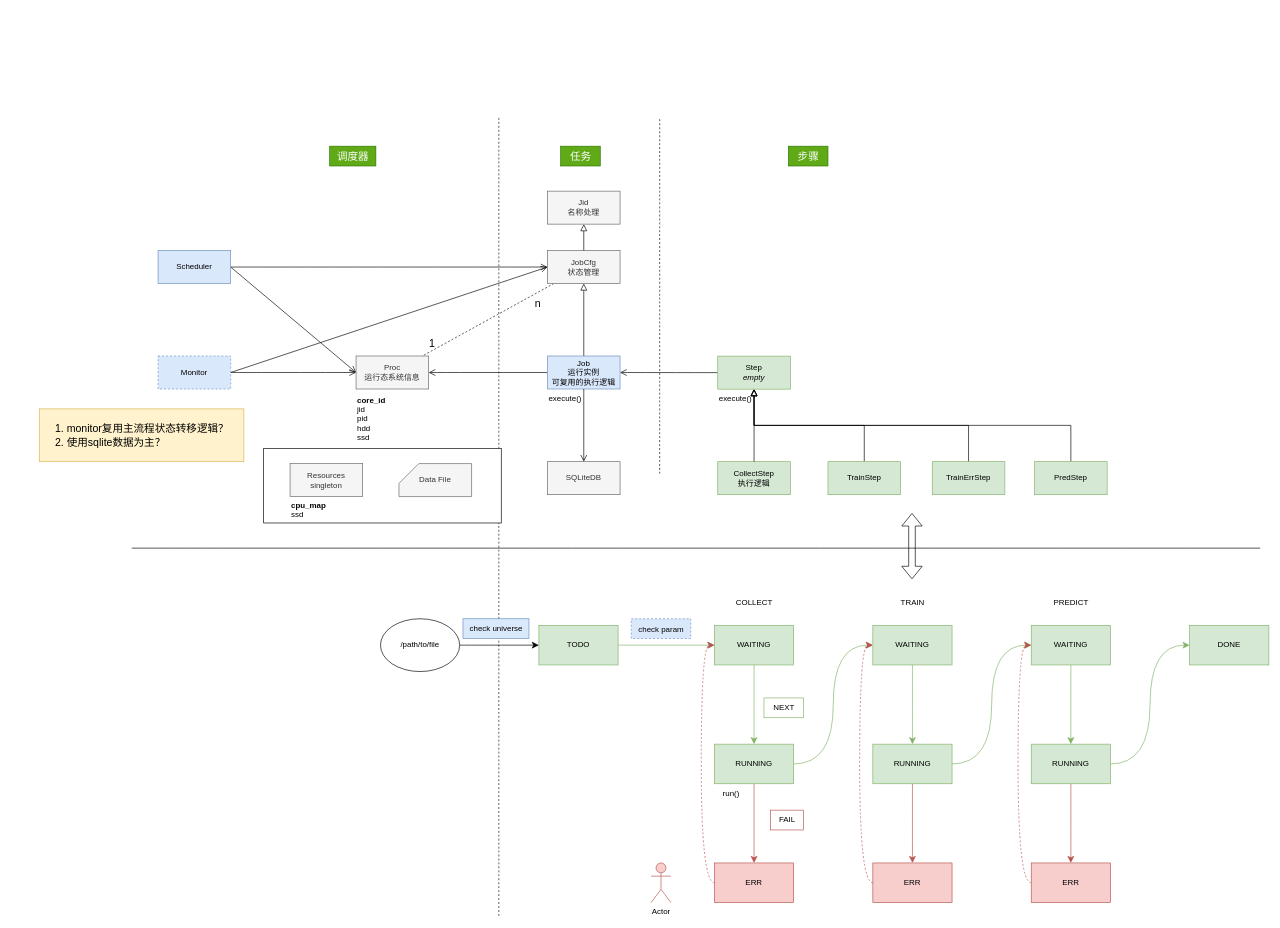
The draw.io diagram practice.drawio in mistyeye11/drawio, before the edit. Source tidied: cells renumbered, new cells numbered last; positions are measured from the earlier drawing's top-left corner, leaving out a move shared by most shapes. Both pictures are drawn from the tidied source at 66%, with x=0, y=0 at pixel (39, 117).
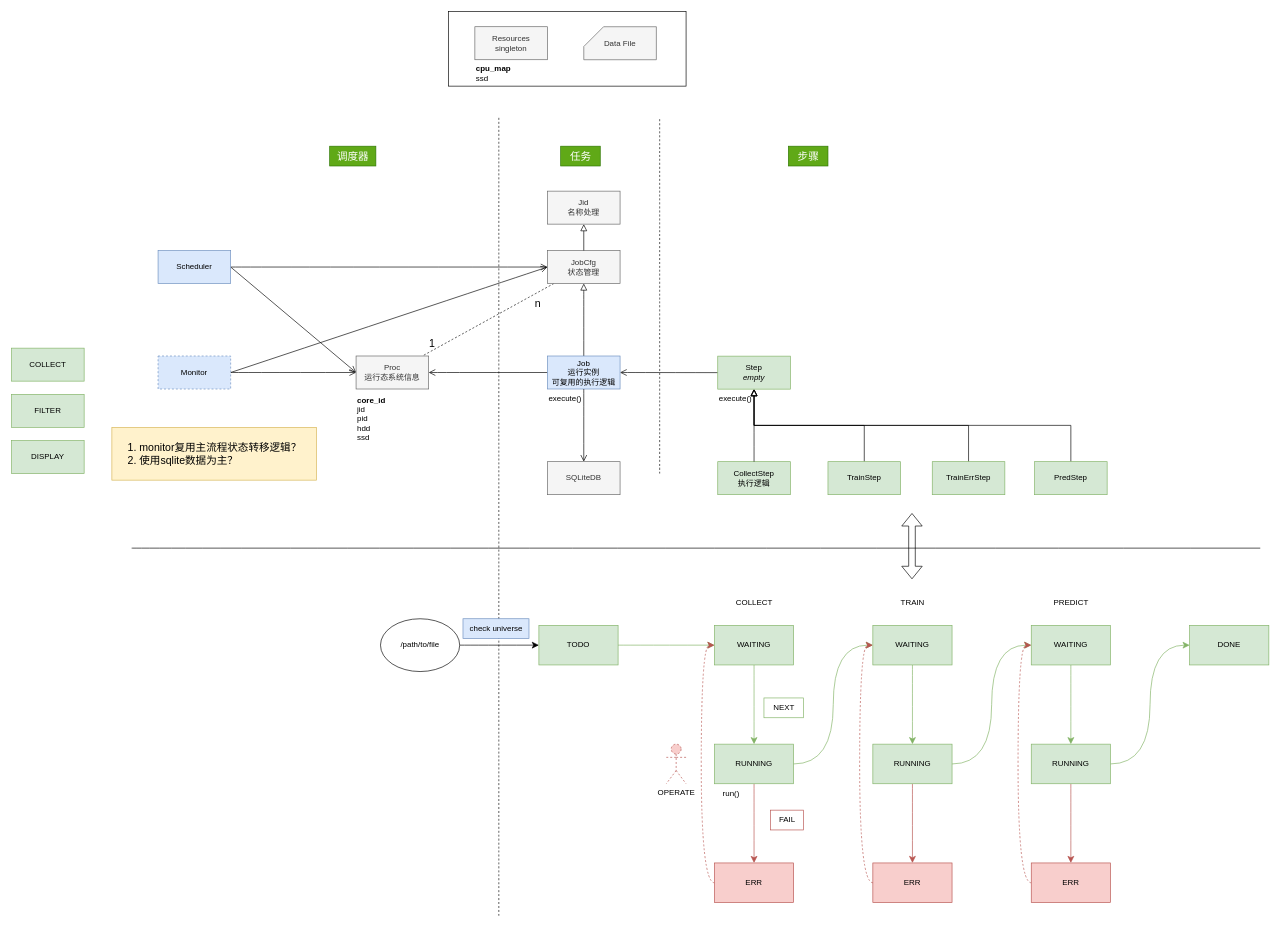
After the change.

Diff of the diagram source:
```diff
@@
-    <mxCell id="40" value="&lt;font style=&quot;font-size: 12px;&quot;&gt;check param&lt;br&gt;&lt;/font&gt;" style="text;html=1;align=center;verticalAlign=middle;strokeColor=#6c8ebf;fillColor=#dae8fc;fontSize=16;dashed=1;" parent="1" vertex="1">
-      <mxGeometry x="897" y="760" width="90" height="30" as="geometry" />
-    </mxCell>
@@
-    <mxCell id="44" value="Actor" style="shape=umlActor;verticalLabelPosition=bottom;verticalAlign=top;html=1;fillColor=#f8cecc;strokeColor=#b85450;" parent="1" vertex="1">
-      <mxGeometry x="927" y="1130" width="30" height="60" as="geometry" />
+    <mxCell id="44" value="OPERATE" style="shape=umlActor;verticalLabelPosition=bottom;verticalAlign=top;html=1;fillColor=#f8cecc;strokeColor=#b85450;dashed=1;" parent="1" vertex="1">
+      <mxGeometry x="950" y="950" width="30" height="60" as="geometry" />
     </mxCell>
@@
     <mxCell id="72" value="&lt;ol&gt;&lt;li&gt;monitor复用主流程状态转移逻辑？&lt;/li&gt;&lt;li&gt;使用sqlite数据为主？&lt;br&gt;&lt;/li&gt;&lt;/ol&gt;" style="text;html=1;align=left;verticalAlign=middle;strokeColor=#d6b656;fillColor=#fff2cc;fontSize=16;" parent="1" vertex="1">
-      <mxGeometry y="442" width="310" height="80" as="geometry" />
+      <mxGeometry x="110" y="470" width="310" height="80" as="geometry" />
     </mxCell>
@@
     <mxCell id="77" style="group;" parent="1" vertex="1">
-      <mxGeometry x="340" y="501.9" width="360" height="113" as="geometry" />
+      <mxGeometry x="620" y="-160" width="360" height="113" as="geometry" />
     </mxCell>
@@
+    <mxCell id="85" value="&lt;div&gt;COLLECT&lt;/div&gt;" style="html=1;whiteSpace=wrap;fillColor=#d5e8d4;strokeColor=#82b366;" parent="1" vertex="1">
+      <mxGeometry x="-42" y="350" width="110" height="50" as="geometry" />
+    </mxCell>
+    <mxCell id="86" value="FILTER" style="html=1;whiteSpace=wrap;fillColor=#d5e8d4;strokeColor=#82b366;" parent="1" vertex="1">
+      <mxGeometry x="-42" y="420" width="110" height="50" as="geometry" />
+    </mxCell>
+    <mxCell id="87" value="DISPLAY" style="html=1;whiteSpace=wrap;fillColor=#d5e8d4;strokeColor=#82b366;" parent="1" vertex="1">
+      <mxGeometry x="-42" y="490" width="110" height="50" as="geometry" />
+    </mxCell>
```
